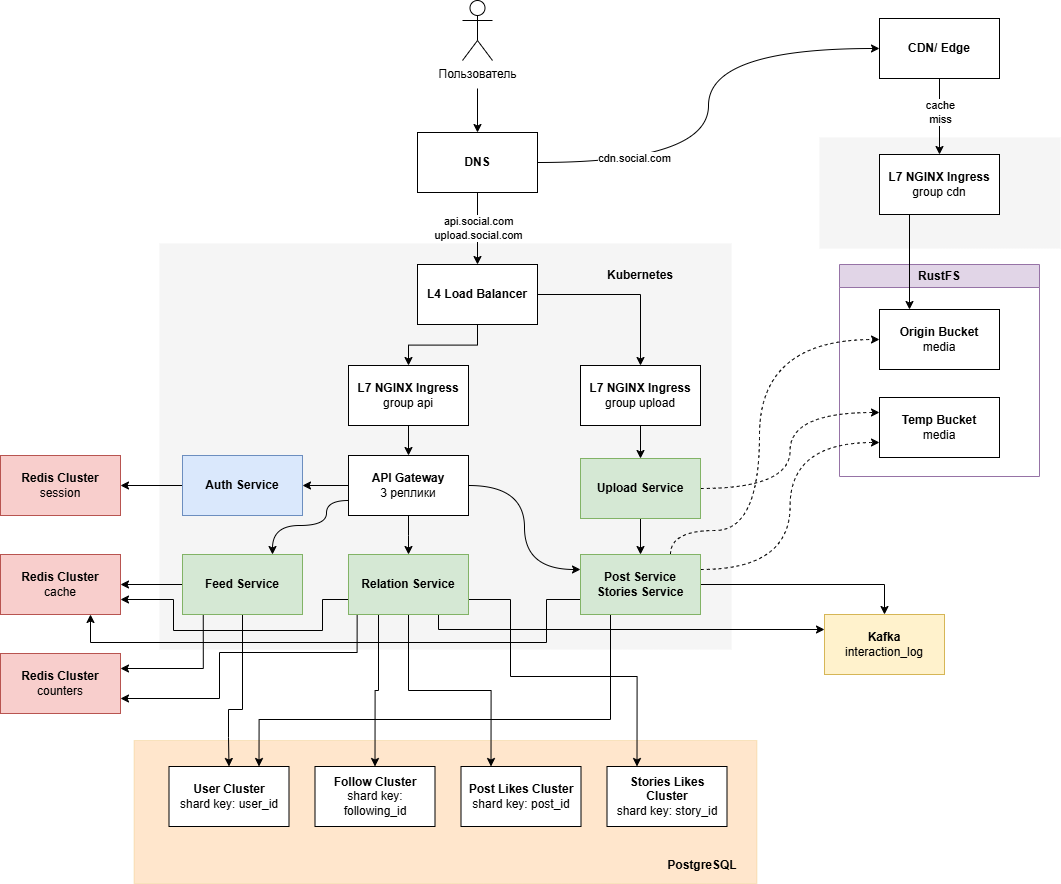
kozlova-anastasia/high-load keeps this draw.io diagram as схема проекта 2.drawio.png. Above is the earlier version. Source tidied: cells renumbered, new cells last; positions are measured from the earlier drawing's top-left corner, leaving out a move shared by most shapes.
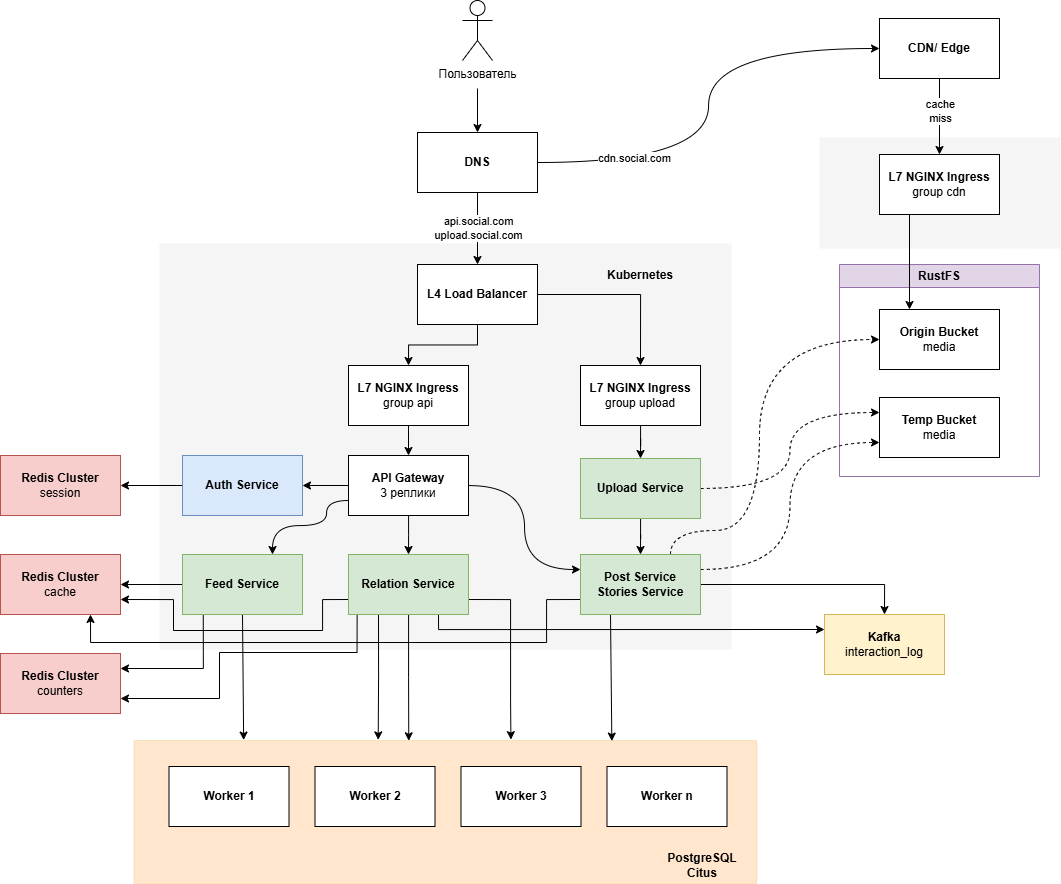
Above is the later version.

Change to the diagram source:
```diff
@@ -151,13 +151,8 @@
         </Array>
       </mxGeometry>
     </mxCell>
-    <mxCell id="43" style="edgeStyle=orthogonalEdgeStyle;rounded=0;jettySize=auto;html=1;entryX=0.75;entryY=0;entryDx=0;entryDy=0;exitX=0.25;exitY=1;exitDx=0;exitDy=0;" parent="1" edge="1" source="44" target="59">
-      <mxGeometry relative="1" as="geometry">
-        <Array as="points">
-          <mxPoint x="610" y="719" />
-          <mxPoint x="259" y="719" />
-        </Array>
-      </mxGeometry>
+    <mxCell id="43" style="rounded=0;jettySize=auto;html=1;exitX=0.25;exitY=1;exitDx=0;exitDy=0;entryX=0.767;entryY=0.004;entryDx=0;entryDy=0;entryPerimeter=0;" parent="1" edge="1" source="44" target="2">
+      <mxGeometry relative="1" as="geometry" />
     </mxCell>
     <mxCell id="44" value="&lt;b&gt;Post Service&lt;/b&gt;&lt;div&gt;&lt;b&gt;Stories Service&lt;/b&gt;&lt;/div&gt;" style="rounded=0;whiteSpace=wrap;html=1;fillColor=#d5e8d4;strokeColor=#82b366;" parent="1" vertex="1">
       <mxGeometry x="580" y="554" width="120" height="60" as="geometry" />
@@ -191,19 +186,19 @@
         </Array>
       </mxGeometry>
     </mxCell>
-    <mxCell id="49" style="edgeStyle=orthogonalEdgeStyle;rounded=0;jettySize=auto;html=1;entryX=0.25;entryY=0;entryDx=0;entryDy=0;" parent="1" edge="1" source="52" target="61">
+    <mxCell id="49" style="edgeStyle=orthogonalEdgeStyle;rounded=0;jettySize=auto;html=1;entryX=0.441;entryY=0.002;entryDx=0;entryDy=0;entryPerimeter=0;" parent="1" edge="1" source="52" target="2">
       <mxGeometry relative="1" as="geometry" />
     </mxCell>
-    <mxCell id="50" style="edgeStyle=orthogonalEdgeStyle;rounded=0;jettySize=auto;html=1;entryX=0.25;entryY=0;entryDx=0;entryDy=0;exitX=1;exitY=0.75;exitDx=0;exitDy=0;" parent="1" edge="1" source="52" target="62">
+    <mxCell id="50" style="edgeStyle=orthogonalEdgeStyle;rounded=0;jettySize=auto;html=1;entryX=0.605;entryY=-0.006;entryDx=0;entryDy=0;exitX=1;exitY=0.75;exitDx=0;exitDy=0;entryPerimeter=0;" parent="1" edge="1" source="52" target="2">
       <mxGeometry relative="1" as="geometry">
         <Array as="points">
           <mxPoint x="510" y="599" />
-          <mxPoint x="510" y="676" />
-          <mxPoint x="636" y="676" />
+          <mxPoint x="510" y="701" />
+          <mxPoint x="510" y="701" />
         </Array>
       </mxGeometry>
     </mxCell>
-    <mxCell id="51" style="edgeStyle=orthogonalEdgeStyle;rounded=0;jettySize=auto;html=1;entryX=0.5;entryY=0;entryDx=0;entryDy=0;exitX=0.25;exitY=1;exitDx=0;exitDy=0;" parent="1" edge="1" source="52" target="60">
+    <mxCell id="51" style="edgeStyle=orthogonalEdgeStyle;rounded=0;jettySize=auto;html=1;entryX=0.392;entryY=-0.004;entryDx=0;entryDy=0;exitX=0.25;exitY=1;exitDx=0;exitDy=0;entryPerimeter=0;" parent="1" edge="1" source="52" target="2">
       <mxGeometry relative="1" as="geometry" />
     </mxCell>
     <mxCell id="52" value="&lt;b&gt;Relation Service&lt;/b&gt;" style="rounded=0;whiteSpace=wrap;html=1;fillColor=#d5e8d4;strokeColor=#82b366;" parent="1" vertex="1">
@@ -215,15 +210,8 @@
     <mxCell id="54" style="edgeStyle=orthogonalEdgeStyle;rounded=0;jettySize=auto;html=1;entryX=1;entryY=0.25;entryDx=0;entryDy=0;exitX=0.173;exitY=0.986;exitDx=0;exitDy=0;exitPerimeter=0;" parent="1" edge="1" source="56" target="58">
       <mxGeometry relative="1" as="geometry" />
     </mxCell>
-    <mxCell id="55" style="edgeStyle=orthogonalEdgeStyle;rounded=0;jettySize=auto;html=1;entryX=0.5;entryY=0;entryDx=0;entryDy=0;exitX=0.5;exitY=1;exitDx=0;exitDy=0;" parent="1" edge="1" source="56" target="59">
-      <mxGeometry relative="1" as="geometry">
-        <Array as="points">
-          <mxPoint x="242" y="709" />
-          <mxPoint x="228" y="709" />
-          <mxPoint x="228" y="737" />
-          <mxPoint x="229" y="737" />
-        </Array>
-      </mxGeometry>
+    <mxCell id="55" style="rounded=0;jettySize=auto;html=1;exitX=0.5;exitY=1;exitDx=0;exitDy=0;entryX=0.176;entryY=-0.003;entryDx=0;entryDy=0;entryPerimeter=0;" parent="1" edge="1" source="56" target="2">
+      <mxGeometry relative="1" as="geometry" />
     </mxCell>
     <mxCell id="56" value="&lt;b&gt;Feed Service&lt;/b&gt;" style="rounded=0;whiteSpace=wrap;html=1;fillColor=#d5e8d4;strokeColor=#82b366;" parent="1" vertex="1">
       <mxGeometry x="182" y="554" width="120" height="60" as="geometry" />
@@ -234,19 +222,19 @@
     <mxCell id="58" value="&lt;b&gt;Redis Cluster&lt;/b&gt;&lt;div&gt;counters&lt;/div&gt;" style="rounded=0;whiteSpace=wrap;html=1;fillColor=#f8cecc;strokeColor=#b85450;" parent="1" vertex="1">
       <mxGeometry y="653" width="120" height="60" as="geometry" />
     </mxCell>
-    <mxCell id="59" value="&lt;b&gt;User Cluster&lt;/b&gt;&lt;div&gt;shard key: user_id&lt;/div&gt;" style="rounded=0;whiteSpace=wrap;html=1;" parent="1" vertex="1">
+    <mxCell id="59" value="&lt;b&gt;Worker 1&lt;/b&gt;" style="rounded=0;whiteSpace=wrap;html=1;" parent="1" vertex="1">
       <mxGeometry x="168.5" y="766" width="120" height="60" as="geometry" />
     </mxCell>
-    <mxCell id="60" value="&lt;b&gt;Follow Cluster&lt;/b&gt;&lt;div&gt;shard key: following_id&lt;/div&gt;" style="rounded=0;whiteSpace=wrap;html=1;" parent="1" vertex="1">
+    <mxCell id="60" value="&lt;b&gt;Worker 2&lt;/b&gt;" style="rounded=0;whiteSpace=wrap;html=1;" parent="1" vertex="1">
       <mxGeometry x="314.5" y="766" width="120" height="60" as="geometry" />
     </mxCell>
-    <mxCell id="61" value="&lt;b&gt;Post Likes Cluster&lt;/b&gt;&lt;div&gt;shard key: post_id&lt;/div&gt;" style="rounded=0;whiteSpace=wrap;html=1;" parent="1" vertex="1">
+    <mxCell id="61" value="&lt;b&gt;Worker 3&lt;/b&gt;" style="rounded=0;whiteSpace=wrap;html=1;" parent="1" vertex="1">
       <mxGeometry x="460.5" y="766" width="120" height="60" as="geometry" />
     </mxCell>
-    <mxCell id="62" value="&lt;b&gt;Stories Likes Cluster&lt;/b&gt;&lt;div&gt;shard key: story_id&lt;/div&gt;" style="rounded=0;whiteSpace=wrap;html=1;" parent="1" vertex="1">
+    <mxCell id="62" value="&lt;b&gt;Worker n&lt;/b&gt;" style="rounded=0;whiteSpace=wrap;html=1;" parent="1" vertex="1">
       <mxGeometry x="606.5" y="766" width="120" height="60" as="geometry" />
     </mxCell>
-    <mxCell id="63" value="&lt;b&gt;PostgreSQL&lt;/b&gt;" style="text;html=1;whiteSpace=wrap;strokeColor=none;fillColor=none;align=center;verticalAlign=middle;rounded=0;" parent="1" vertex="1">
+    <mxCell id="63" value="&lt;b&gt;PostgreSQL Citus&lt;/b&gt;" style="text;html=1;whiteSpace=wrap;strokeColor=none;fillColor=none;align=center;verticalAlign=middle;rounded=0;" parent="1" vertex="1">
       <mxGeometry x="660.5" y="850" width="82" height="30" as="geometry" />
     </mxCell>
   </root>
```
